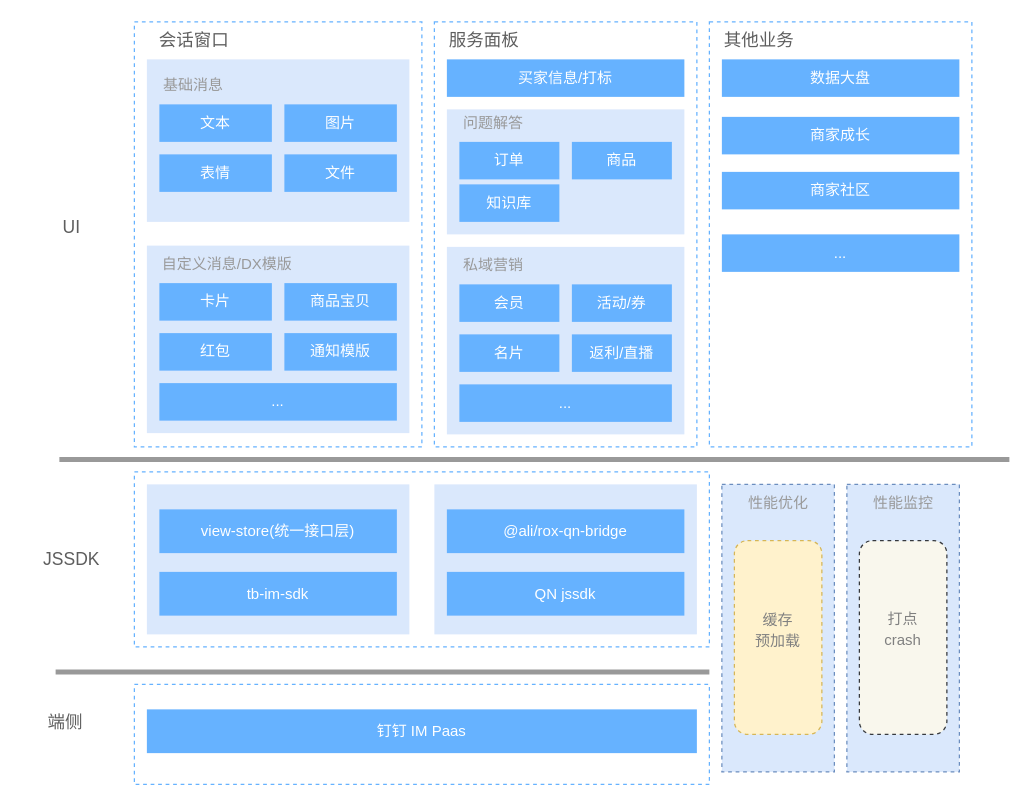
The draw.io diagram 商家版规划.drawio in git-zhanglei/flowCharts, before the edit. Source tidied: cells renumbered, new cells numbered last; positions are measured from the earlier drawing's top-left corner, leaving out a move shared by most shapes. Both pictures are drawn from the tidied source at 125%, with x=0, y=0 at pixel (21, 21).
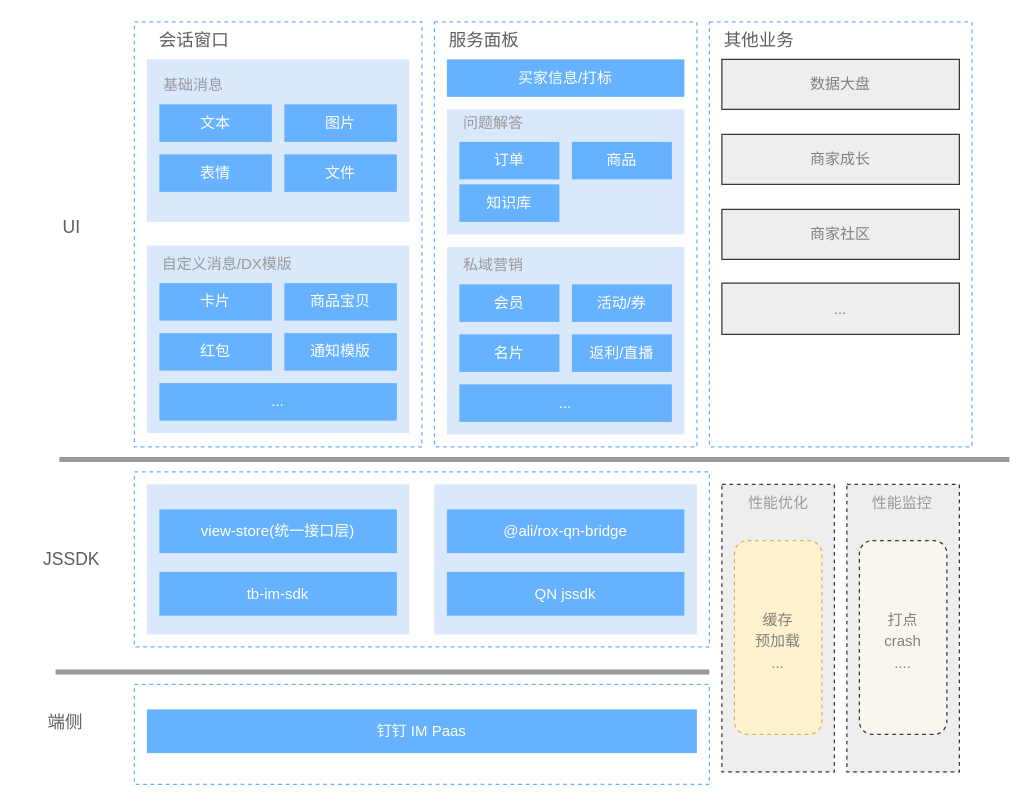
After the change.

Commit message (it also covers changes not shown here):
更新商家版规划.drawio

Diff of the diagram source:
```diff
@@
-    <mxCell id="31" value="数据大盘" style="rounded=0;whiteSpace=wrap;html=1;strokeColor=none;fillColor=#66B2FF;fontColor=#ffffff;" parent="1" vertex="1">
-      <mxGeometry x="560" y="30" width="190" height="30" as="geometry" />
+    <mxCell id="31" value="数据大盘" style="rounded=0;whiteSpace=wrap;html=1;strokeColor=#36393d;fillColor=#eeeeee;fontColor=#808080;" parent="1" vertex="1">
+      <mxGeometry x="560" y="30" width="190" height="40" as="geometry" />
     </mxCell>
@@
-    <mxCell id="33" value="..." style="rounded=0;whiteSpace=wrap;html=1;strokeColor=none;fillColor=#66B2FF;fontColor=#ffffff;" parent="1" vertex="1">
-      <mxGeometry x="560" y="170" width="190" height="30" as="geometry" />
+    <mxCell id="33" value="..." style="rounded=0;whiteSpace=wrap;html=1;strokeColor=#36393d;fillColor=#eeeeee;fontColor=#808080;" parent="1" vertex="1">
+      <mxGeometry x="560" y="209" width="190" height="41" as="geometry" />
     </mxCell>
-    <mxCell id="34" value="商家成长" style="rounded=0;whiteSpace=wrap;html=1;strokeColor=none;fillColor=#66B2FF;fontColor=#ffffff;" parent="1" vertex="1">
-      <mxGeometry x="560" y="76" width="190" height="30" as="geometry" />
+    <mxCell id="34" value="商家成长" style="rounded=0;whiteSpace=wrap;html=1;strokeColor=#36393d;fillColor=#eeeeee;fontColor=#808080;" parent="1" vertex="1">
+      <mxGeometry x="560" y="90" width="190" height="40" as="geometry" />
     </mxCell>
@@
-    <mxCell id="40" value="商家社区" style="rounded=0;whiteSpace=wrap;html=1;strokeColor=none;fillColor=#66B2FF;fontColor=#ffffff;" parent="1" vertex="1">
-      <mxGeometry x="560" y="120" width="190" height="30" as="geometry" />
+    <mxCell id="40" value="商家社区" style="rounded=0;whiteSpace=wrap;html=1;strokeColor=#36393d;fillColor=#eeeeee;fontColor=#808080;" parent="1" vertex="1">
+      <mxGeometry x="560" y="150" width="190" height="40" as="geometry" />
     </mxCell>
@@
-    <mxCell id="53" style="rounded=0;whiteSpace=wrap;html=1;dashed=1;fontSize=14;strokeColor=#6c8ebf;strokeWidth=1;fillColor=#dae8fc;" parent="1" vertex="1">
+    <mxCell id="53" style="rounded=0;whiteSpace=wrap;html=1;dashed=1;fontSize=14;strokeColor=#36393d;strokeWidth=1;fillColor=#eeeeee;" parent="1" vertex="1">
       <mxGeometry x="560" y="370" width="90" height="230" as="geometry" />
     </mxCell>
-    <mxCell id="54" style="rounded=0;whiteSpace=wrap;html=1;dashed=1;fontSize=14;strokeColor=#6c8ebf;strokeWidth=1;fillColor=#dae8fc;" parent="1" vertex="1">
+    <mxCell id="54" style="rounded=0;whiteSpace=wrap;html=1;dashed=1;fontSize=14;strokeColor=#36393d;strokeWidth=1;fillColor=#eeeeee;" parent="1" vertex="1">
       <mxGeometry x="660" y="370" width="90" height="230" as="geometry" />
     </mxCell>
@@
     <mxCell id="56" value="性能监控" style="text;html=1;strokeColor=none;fillColor=none;align=center;verticalAlign=middle;whiteSpace=wrap;rounded=0;dashed=1;fontColor=#999999;" parent="1" vertex="1">
-      <mxGeometry x="667.5" y="370" width="75" height="30" as="geometry" />
+      <mxGeometry x="667.5" y="370" width="72.5" height="30" as="geometry" />
     </mxCell>
@@
-    <mxCell id="59" value="&lt;font style=&quot;font-size: 12px&quot;&gt;缓存&lt;br&gt;预加载&lt;br&gt;&lt;br&gt;&lt;/font&gt;" style="text;html=1;strokeColor=none;fillColor=none;align=center;verticalAlign=middle;whiteSpace=wrap;rounded=0;dashed=1;fontSize=14;fontColor=#808080;" parent="1" vertex="1">
+    <mxCell id="59" value="&lt;font style=&quot;font-size: 12px&quot;&gt;缓存&lt;br&gt;预加载&lt;br&gt;...&lt;br&gt;&lt;/font&gt;" style="text;html=1;strokeColor=none;fillColor=none;align=center;verticalAlign=middle;whiteSpace=wrap;rounded=0;dashed=1;fontSize=14;fontColor=#808080;" parent="1" vertex="1">
       <mxGeometry x="575" y="430" width="60" height="130" as="geometry" />
     </mxCell>
-    <mxCell id="60" value="&lt;font style=&quot;font-size: 12px&quot;&gt;打点&lt;br&gt;crash&lt;br&gt;&lt;/font&gt;" style="text;html=1;strokeColor=none;fillColor=none;align=center;verticalAlign=middle;whiteSpace=wrap;rounded=0;dashed=1;fontSize=14;fontColor=#808080;" parent="1" vertex="1">
-      <mxGeometry x="675" y="420" width="60" height="130" as="geometry" />
+    <mxCell id="60" value="&lt;font style=&quot;font-size: 12px&quot;&gt;打点&lt;br&gt;crash&lt;br&gt;....&lt;br&gt;&lt;/font&gt;" style="text;html=1;strokeColor=none;fillColor=none;align=center;verticalAlign=middle;whiteSpace=wrap;rounded=0;dashed=1;fontSize=14;fontColor=#808080;" parent="1" vertex="1">
+      <mxGeometry x="675" y="430" width="60" height="130" as="geometry" />
     </mxCell>
```
